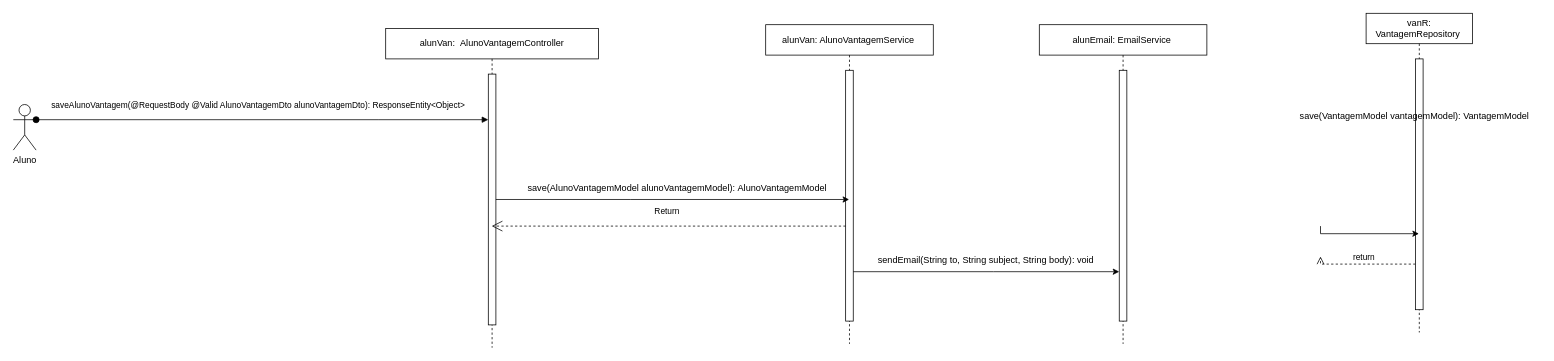
The draw.io diagram Projeto/DiagramaSequenciaEmailUC4.drawio in gustavoevf/Sistema_de_Moeda_Estudantil, before the edit. Source tidied: cells renumbered, new cells numbered last; positions are measured from the earlier drawing's top-left corner, leaving out a move shared by most shapes. Both pictures are drawn from the tidied source at 76%, with x=0, y=0 at pixel (13, 13).
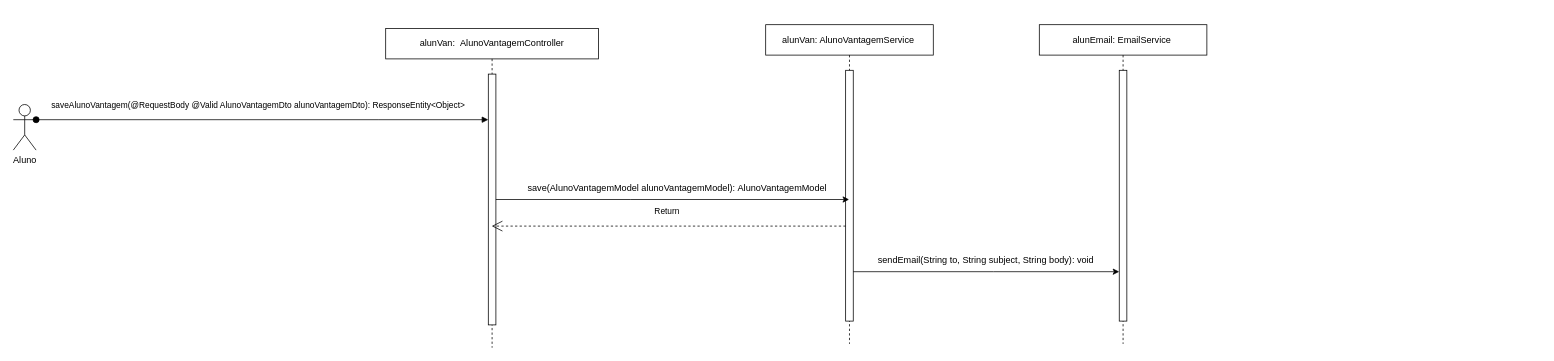
After the change.

Change to the diagram source:
```diff
@@
-    <mxCell id="8" value="return" style="html=1;verticalAlign=bottom;endArrow=open;dashed=1;endSize=8;edgeStyle=elbowEdgeStyle;elbow=vertical;curved=0;rounded=0;" parent="1" edge="1" source="12">
-      <mxGeometry relative="1" as="geometry">
-        <mxPoint x="1720" y="320" as="targetPoint" />
-        <Array as="points">
-          <mxPoint x="1750" y="330" />
-          <mxPoint x="1540.5" y="350" />
-          <mxPoint x="1345.5" y="470" />
-          <mxPoint x="1600.5" y="440" />
-          <mxPoint x="1480.5" y="440" />
-        </Array>
-      </mxGeometry>
-    </mxCell>
@@
-    <mxCell id="11" value="vanR: VantagemRepository&amp;nbsp;" style="shape=umlLifeline;perimeter=lifelinePerimeter;whiteSpace=wrap;html=1;outlineConnect=0;portConstraint=eastwest;newEdgeStyle={&quot;edgeStyle&quot;:&quot;elbowEdgeStyle&quot;,&quot;elbow&quot;:&quot;vertical&quot;,&quot;curved&quot;:0,&quot;rounded&quot;:0};" parent="1" vertex="1">
-      <mxGeometry x="1780" width="140" height="420" as="geometry" />
-    </mxCell>
-    <mxCell id="12" style="html=1;points=[];perimeter=orthogonalPerimeter;outlineConnect=0;targetShapes=umlLifeline;portConstraint=eastwest;newEdgeStyle={&quot;edgeStyle&quot;:&quot;elbowEdgeStyle&quot;,&quot;elbow&quot;:&quot;vertical&quot;,&quot;curved&quot;:0,&quot;rounded&quot;:0};" parent="11" vertex="1">
-      <mxGeometry x="65" y="60" width="10" height="330" as="geometry" />
-    </mxCell>
-    <mxCell id="13" style="edgeStyle=elbowEdgeStyle;rounded=0;jettySize=auto;html=1;elbow=vertical;curved=0;" parent="1" edge="1" target="11">
-      <mxGeometry relative="1" as="geometry">
-        <mxPoint x="1720" y="280" as="sourcePoint" />
-        <Array as="points">
-          <mxPoint x="1300" y="290" />
-        </Array>
-      </mxGeometry>
-    </mxCell>
-    <mxCell id="14" value="save(VantagemModel vantagemModel):&amp;nbsp;VantagemModel&amp;nbsp;" style="text;html=1;align=center;verticalAlign=middle;strokeColor=none;fillColor=none;" parent="1" vertex="1">
-      <mxGeometry x="1680" y="120" width="330" height="30" as="geometry" />
-    </mxCell>
```
